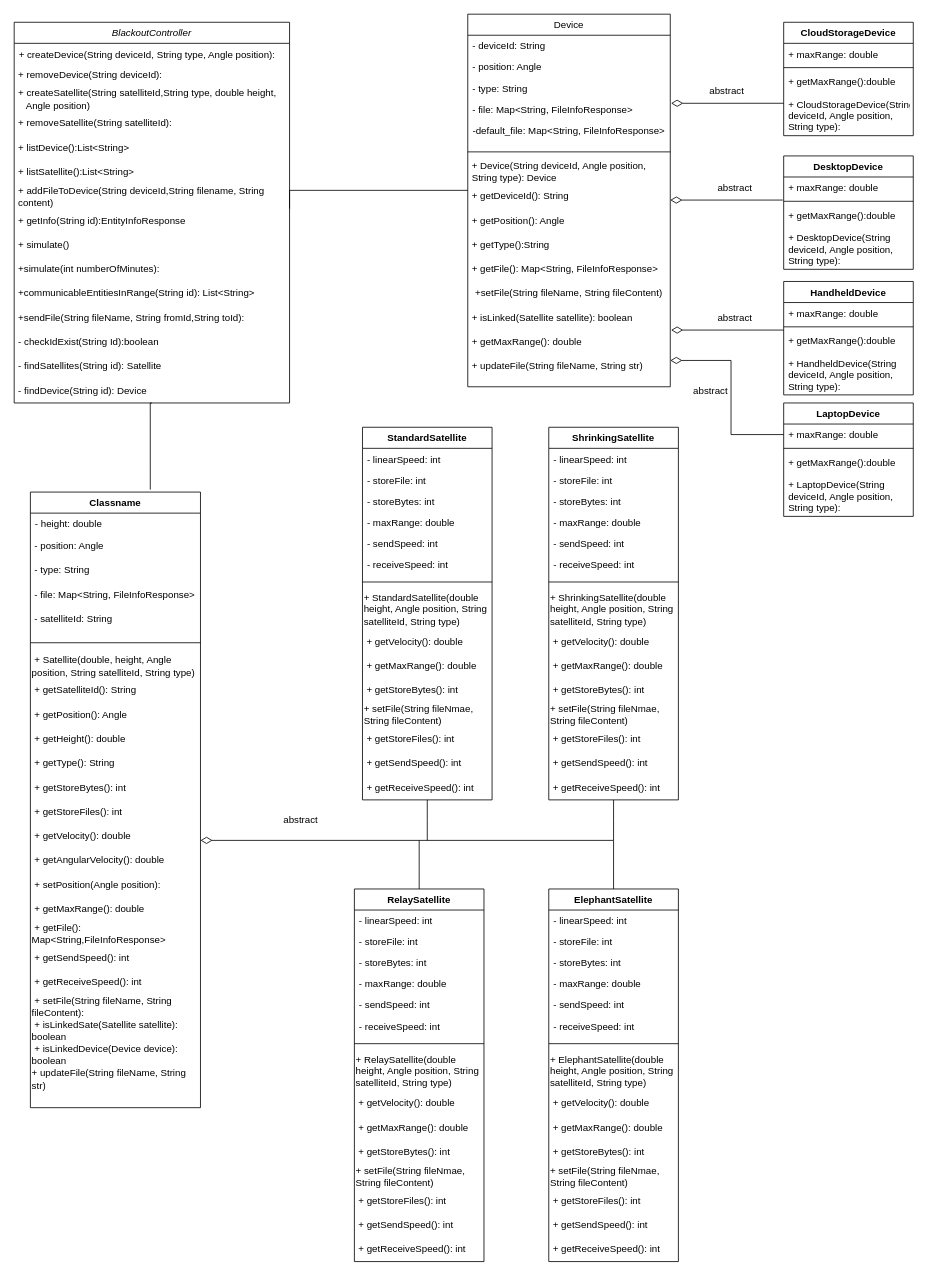
BegSimonIner/comp2511 keeps this draw.io diagram as Untitled Diagram.drawio. Above is the earlier version. Source tidied: cells renumbered, new cells numbered last; positions are measured from the earlier drawing's top-left corner, leaving out a move shared by most shapes. Both pictures are drawn from the tidied source at 81%, with x=0, y=0 at pixel (14, 14).
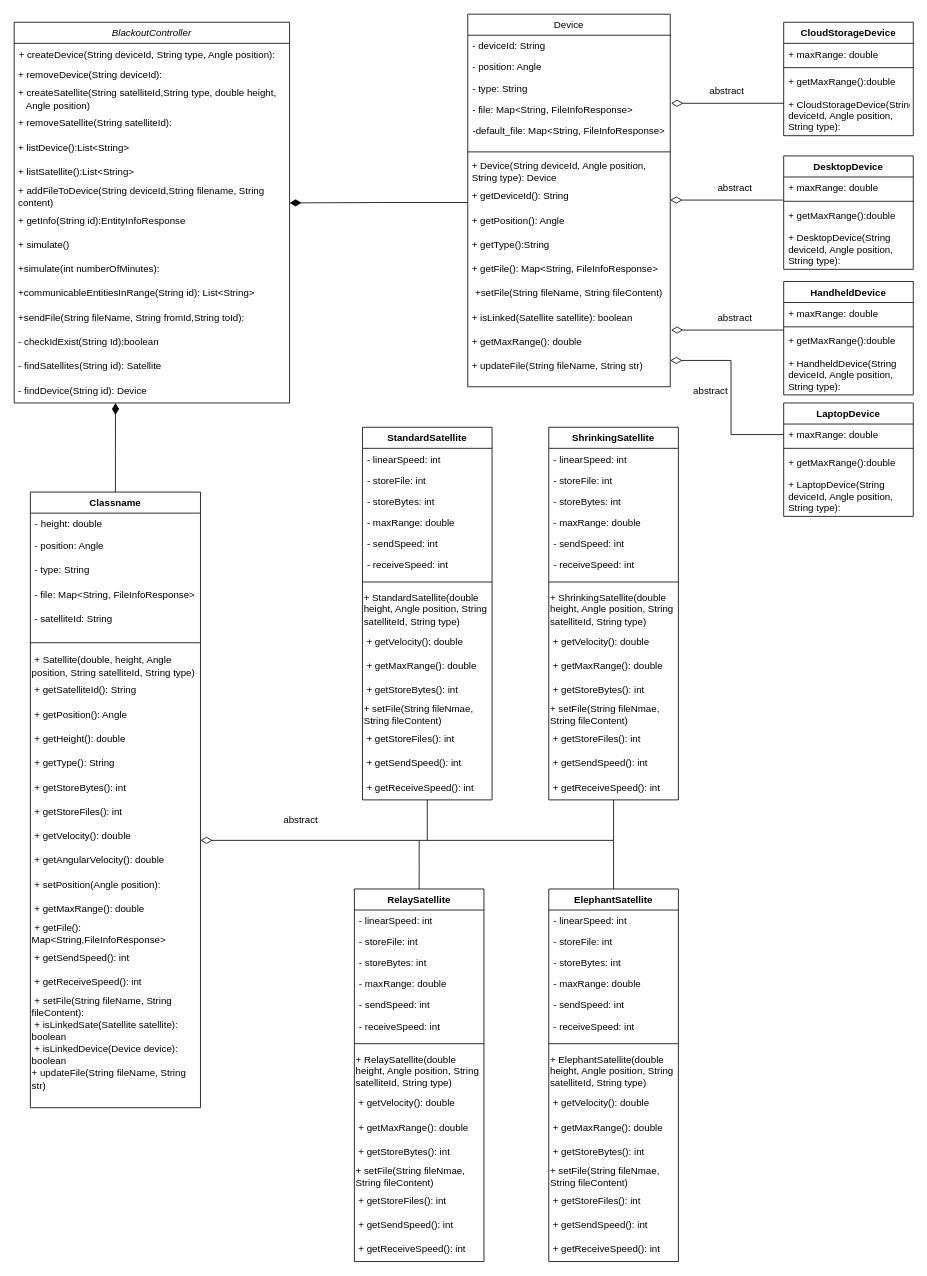
The same diagram, later.

The change refers to these unchanged cells:
```xml
<mxCell id="9" value="&amp;nbsp;+ addFileToDevice(String deviceId,String filename, String&amp;nbsp; &amp;nbsp; &amp;nbsp; &amp;nbsp; &amp;nbsp;content)" style="text;html=1;strokeColor=none;fillColor=none;align=left;verticalAlign=middle;whiteSpace=wrap;rounded=0;" parent="2" vertex="1">
  <mxGeometry y="200" width="340" height="30" as="geometry" />
</mxCell>
<mxCell id="10" value="&amp;nbsp;+ getInfo(String id):EntityInfoResponse" style="text;html=1;strokeColor=none;fillColor=none;align=left;verticalAlign=middle;whiteSpace=wrap;rounded=0;" parent="2" vertex="1">
  <mxGeometry y="230" width="340" height="30" as="geometry" />
</mxCell>
<mxCell id="17" value="&amp;nbsp;- findDevice(String id): Device" style="text;html=1;strokeColor=none;fillColor=none;align=left;verticalAlign=middle;whiteSpace=wrap;rounded=0;" parent="2" vertex="1">
  <mxGeometry y="440" width="340" height="30" as="geometry" />
</mxCell>
<mxCell id="26" value="&amp;nbsp;+ getDeviceId(): String" style="text;html=1;strokeColor=none;fillColor=none;align=left;verticalAlign=middle;whiteSpace=wrap;rounded=0;" parent="18" vertex="1">
  <mxGeometry y="210" width="250" height="30" as="geometry" />
</mxCell>
<mxCell id="58" value="Classname" style="swimlane;fontStyle=1;align=center;verticalAlign=top;horizontal=1;startSize=26;" parent="1" vertex="1">
  <mxGeometry x="20" y="590" width="210" height="760" as="geometry" />
</mxCell>
```

Diff of the diagram source:
```diff
@@
+    <mxCell id="156" style="edgeStyle=orthogonalEdgeStyle;rounded=0;jettySize=auto;html=1;exitX=0.5;exitY=0;exitDx=0;exitDy=0;entryX=0.368;entryY=1;entryDx=0;entryDy=0;entryPerimeter=0;endArrow=diamondThin;endFill=1;endSize=12;strokeWidth=1;" parent="1" edge="1" source="58" target="17">
+      <mxGeometry relative="1" as="geometry" />
+    </mxCell>
@@
-    <mxCell id="154" style="edgeStyle=orthogonalEdgeStyle;rounded=0;jettySize=auto;html=1;exitX=1;exitY=0;exitDx=0;exitDy=0;entryX=0;entryY=0.25;entryDx=0;entryDy=0;endArrow=none;endFill=0;endSize=12;strokeWidth=1;" parent="1" edge="1" source="10" target="26">
-      <mxGeometry relative="1" as="geometry" />
-    </mxCell>
-    <mxCell id="155" style="edgeStyle=orthogonalEdgeStyle;rounded=0;jettySize=auto;html=1;exitX=0.5;exitY=1;exitDx=0;exitDy=0;entryX=0.705;entryY=-0.004;entryDx=0;entryDy=0;entryPerimeter=0;endArrow=none;endFill=0;endSize=12;strokeWidth=1;" parent="1" edge="1" source="17" target="58">
-      <mxGeometry relative="1" as="geometry">
-        <Array as="points">
-          <mxPoint x="168" y="480" />
-        </Array>
-      </mxGeometry>
-    </mxCell>
+    <mxCell id="157" style="edgeStyle=orthogonalEdgeStyle;rounded=0;jettySize=auto;html=1;exitX=0;exitY=0.75;exitDx=0;exitDy=0;endArrow=diamondThin;endFill=1;endSize=12;strokeWidth=1;entryX=1;entryY=0.767;entryDx=0;entryDy=0;entryPerimeter=0;" parent="1" edge="1" source="26" target="9">
+      <mxGeometry relative="1" as="geometry" />
+    </mxCell>
```
